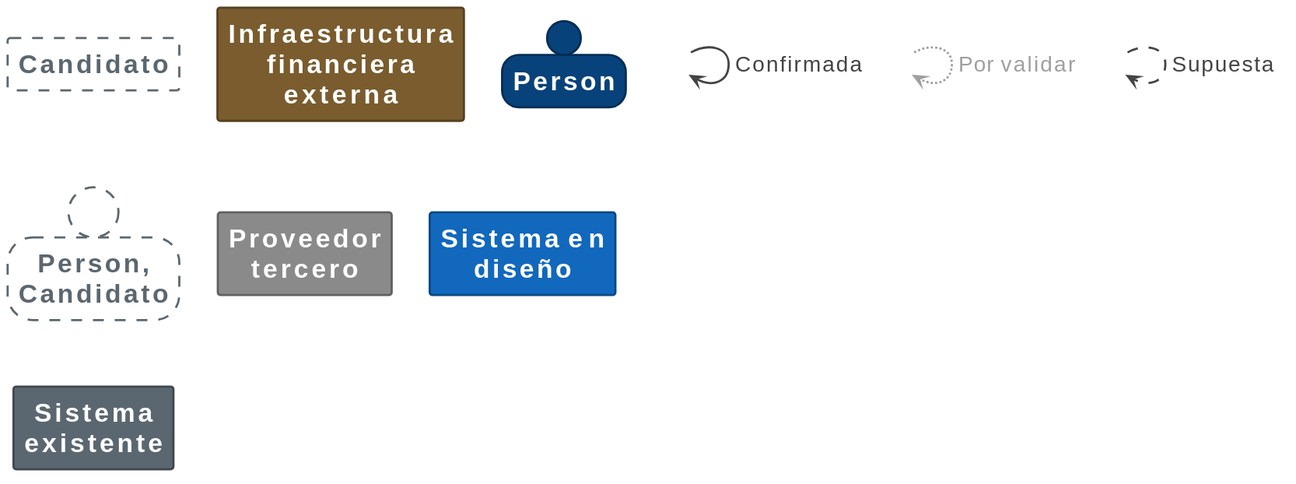
Earlier version of the PlantUML export diagrams/c4/structurizr-ContextoAmpliado-key.svg (Juankia/EvaluacionJuanAmay).
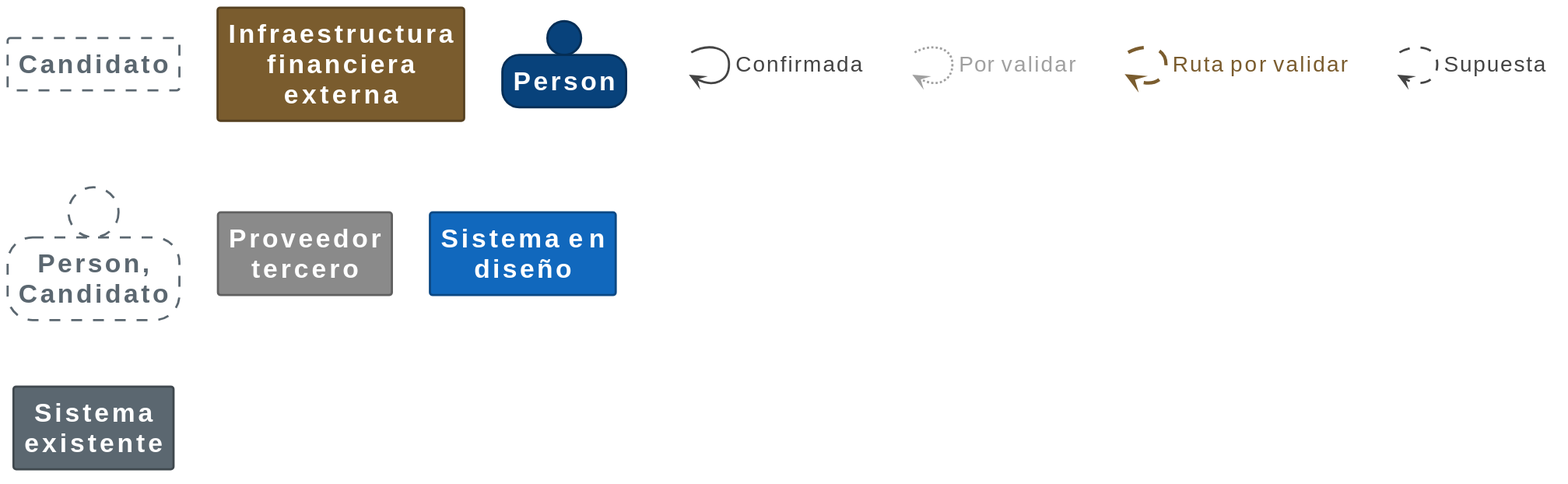
The same file after the commit.

The edit, as a diff of the source:
```diff
@@ -109,6 +109,15 @@
     FontSize: 20;
     MaximumWidth: 200;
   }
+  // Relationship,Ruta por validar
+  .Relationship-UmVsYXRpb25zaGlwLFJ1dGEgcG9yIHZhbGlkYXI= {
+    LineThickness: 3;
+    LineStyle: 15-15;
+    LineColor: #7a5c2e;
+    FontColor: #7a5c2e;
+    FontSize: 20;
+    MaximumWidth: 200;
+  }
   // Relationship,Supuesta
   .Relationship-UmVsYXRpb25zaGlwLFN1cHVlc3Rh {
     LineThickness: 2;
@@ -147,5 +156,8 @@
 2 --> 2 <<Relationship-UmVsYXRpb25zaGlwLFBvciB2YWxpZGFy>> : "Por validar"
 
 rectangle "." <<.Element-Transparent>> as 3
-3 --> 3 <<Relationship-UmVsYXRpb25zaGlwLFN1cHVlc3Rh>> : "Supuesta"
+3 --> 3 <<Relationship-UmVsYXRpb25zaGlwLFJ1dGEgcG9yIHZhbGlkYXI=>> : "Ruta por validar"
+
+rectangle "." <<.Element-Transparent>> as 4
+4 --> 4 <<Relationship-UmVsYXRpb25zaGlwLFN1cHVlc3Rh>> : "Supuesta"
 @enduml
```
